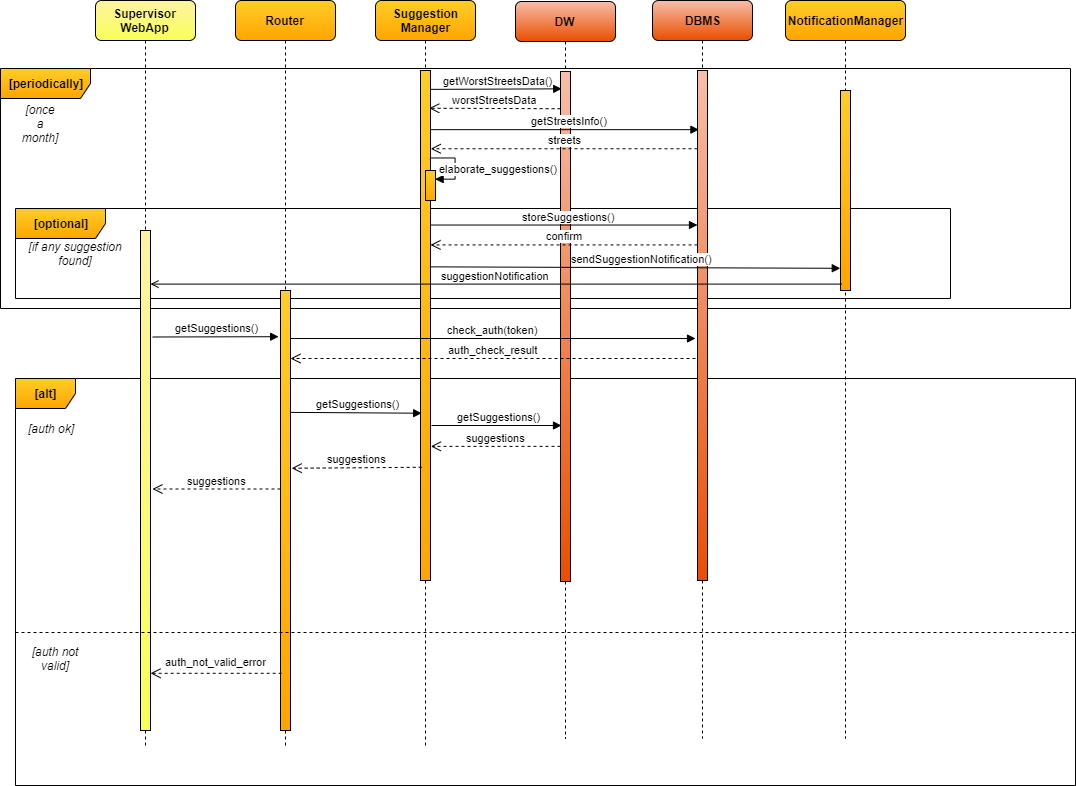
The draw.io diagram DD/img/ArchSequenceSuggestions.png in SimoneSartoni/SoftwareEngineering2, before a commit. Source tidied: cells renumbered, new cells last; positions are measured from the earlier drawing's top-left corner, leaving out a move shared by most shapes. Source of this version:
```xml
<mxGraphModel>
  <root>
    <mxCell id="0" />
    <mxCell id="1" parent="0" />
    <mxCell id="2" value="&lt;b&gt;[periodically]&lt;/b&gt;" style="shape=umlFrame;whiteSpace=wrap;html=1;gradientColor=#ffa500;fillColor=#ffcd28;strokeColor=#000000;width=90;height=30;" parent="1" vertex="1">
      <mxGeometry y="68" width="1070" height="240" as="geometry" />
    </mxCell>
    <mxCell id="3" value="&lt;b&gt;[optional]&lt;/b&gt;" style="shape=umlFrame;whiteSpace=wrap;html=1;gradientColor=#ffa500;fillColor=#ffcd28;strokeColor=#000000;width=90;height=30;" parent="1" vertex="1">
      <mxGeometry x="15" y="208" width="935" height="90" as="geometry" />
    </mxCell>
    <mxCell id="4" value="[alt]" style="shape=umlFrame;whiteSpace=wrap;html=1;gradientColor=#ffa500;fillColor=#ffcd28;strokeColor=#000000;fontStyle=1;" parent="1" vertex="1">
      <mxGeometry x="15" y="378" width="1060" height="407" as="geometry" />
    </mxCell>
    <mxCell id="5" value="Router" style="shape=umlLifeline;perimeter=lifelinePerimeter;whiteSpace=wrap;html=1;gradientColor=#FFA500;fillColor=#FFCD28;fontStyle=1;rounded=1;" parent="1" vertex="1">
      <mxGeometry x="235" width="100" height="748" as="geometry" />
    </mxCell>
    <mxCell id="6" style="html=1;points=[];perimeter=orthogonalPerimeter;gradientColor=#FFA500;fillColor=#FFCD28;" parent="5" vertex="1">
      <mxGeometry x="45" y="290" width="10" height="440" as="geometry" />
    </mxCell>
    <mxCell id="7" value="Suggestion&lt;br&gt;Manager" style="shape=umlLifeline;perimeter=lifelinePerimeter;whiteSpace=wrap;html=1;gradientColor=#FFA500;fillColor=#FFCD28;fontStyle=1;rounded=1;" parent="1" vertex="1">
      <mxGeometry x="375" width="100" height="748" as="geometry" />
    </mxCell>
    <mxCell id="8" style="html=1;points=[];perimeter=orthogonalPerimeter;gradientColor=#FFA500;fillColor=#FFCD28;" parent="7" vertex="1">
      <mxGeometry x="45" y="70" width="10" height="510" as="geometry" />
    </mxCell>
    <mxCell id="9" style="html=1;perimeter=orthogonalPerimeter;gradientColor=#FFA500;fillColor=#FFCD28;" parent="7" vertex="1">
      <mxGeometry x="50" y="170" width="10" height="30" as="geometry" />
    </mxCell>
    <mxCell id="10" value="elaborate_suggestions()" style="edgeStyle=orthogonalEdgeStyle;html=1;align=left;spacingLeft=2;endArrow=block;rounded=0;exitX=0.962;exitY=0.095;exitDx=0;exitDy=0;exitPerimeter=0;" parent="7" edge="1">
      <mxGeometry x="0.07" y="-20" relative="1" as="geometry">
        <mxPoint x="55.1" y="158.1" as="sourcePoint" />
        <mxPoint x="60" y="178.1" as="targetPoint" />
        <Array as="points">
          <mxPoint x="80" y="158" />
          <mxPoint x="80" y="178" />
        </Array>
      </mxGeometry>
    </mxCell>
    <mxCell id="11" value="[once a month]" style="text;html=1;strokeColor=none;fillColor=none;align=center;verticalAlign=middle;whiteSpace=wrap;rounded=0;fontStyle=2;" parent="1" vertex="1">
      <mxGeometry x="20" y="113" width="40" height="20" as="geometry" />
    </mxCell>
    <mxCell id="12" value="Supervisor&lt;br&gt;WebApp" style="shape=umlLifeline;perimeter=lifelinePerimeter;whiteSpace=wrap;html=1;gradientColor=#F9FF57;fillColor=#FFF3A3;fontStyle=1;rounded=1;" parent="1" vertex="1">
      <mxGeometry x="95" width="100" height="748" as="geometry" />
    </mxCell>
    <mxCell id="13" style="html=1;points=[];perimeter=orthogonalPerimeter;gradientColor=#F9FF57;fillColor=#FFF3A3;" parent="12" vertex="1">
      <mxGeometry x="45" y="230" width="10" height="500" as="geometry" />
    </mxCell>
    <mxCell id="14" value="DW" style="shape=umlLifeline;perimeter=lifelinePerimeter;whiteSpace=wrap;html=1;fillColor=#F8BEA9;gradientColor=#EA4E00;fontStyle=1;rounded=1;" parent="1" vertex="1">
      <mxGeometry x="515" y="1" width="100" height="737" as="geometry" />
    </mxCell>
    <mxCell id="15" style="html=1;points=[];perimeter=orthogonalPerimeter;fillColor=#F8BEA9;gradientColor=#EA4E00;" parent="14" vertex="1">
      <mxGeometry x="45" y="70" width="10" height="510" as="geometry" />
    </mxCell>
    <mxCell id="16" value="NotificationManager" style="shape=umlLifeline;perimeter=lifelinePerimeter;whiteSpace=wrap;html=1;gradientColor=#FFA500;fillColor=#FFCD28;fontStyle=1;shadow=0;rounded=1;" parent="1" vertex="1">
      <mxGeometry x="785" width="120" height="738" as="geometry" />
    </mxCell>
    <mxCell id="17" style="html=1;points=[];perimeter=orthogonalPerimeter;gradientColor=#FFA500;fillColor=#FFCD28;" parent="16" vertex="1">
      <mxGeometry x="55" y="90" width="10" height="200" as="geometry" />
    </mxCell>
    <mxCell id="18" value="[auth ok]" style="text;html=1;strokeColor=none;fillColor=none;align=center;verticalAlign=middle;whiteSpace=wrap;rounded=0;fontStyle=2;" parent="1" vertex="1">
      <mxGeometry x="25" y="418" width="50" height="20" as="geometry" />
    </mxCell>
    <mxCell id="19" value="auth_not_valid_error" style="html=1;verticalAlign=bottom;endArrow=open;dashed=1;endSize=8;rounded=0;spacingTop=0;spacingBottom=3;exitX=0.117;exitY=0.87;exitDx=0;exitDy=0;exitPerimeter=0;" parent="1" edge="1" source="6" target="13">
      <mxGeometry relative="1" as="geometry" />
    </mxCell>
    <mxCell id="20" style="line;strokeWidth=1;fillColor=none;align=left;verticalAlign=middle;spacingTop=-1;spacingLeft=3;spacingRight=3;labelPosition=right;dashed=1;" parent="1" vertex="1">
      <mxGeometry x="15" y="628" width="1060" height="8" as="geometry" />
    </mxCell>
    <mxCell id="21" value="[auth not valid]" style="text;html=1;strokeColor=none;fillColor=none;align=center;verticalAlign=middle;whiteSpace=wrap;rounded=0;fontStyle=2;" parent="1" vertex="1">
      <mxGeometry x="15" y="648" width="80" height="20" as="geometry" />
    </mxCell>
    <mxCell id="22" value="DBMS" style="shape=umlLifeline;perimeter=lifelinePerimeter;whiteSpace=wrap;html=1;fillColor=#F8BEA9;gradientColor=#EA4E00;fontStyle=1;rounded=1;" parent="1" vertex="1">
      <mxGeometry x="652" width="100" height="738" as="geometry" />
    </mxCell>
    <mxCell id="23" style="html=1;points=[];perimeter=orthogonalPerimeter;fillColor=#F8BEA9;gradientColor=#EA4E00;" parent="22" vertex="1">
      <mxGeometry x="45" y="70" width="10" height="510" as="geometry" />
    </mxCell>
    <mxCell id="24" value="getWorstStreetsData()" style="html=1;verticalAlign=bottom;endArrow=block;endFill=1;strokeColor=#000000;endSize=6;jumpSize=6;entryX=0.12;entryY=0.034;entryDx=0;entryDy=0;entryPerimeter=0;exitX=0.96;exitY=0.037;exitDx=0;exitDy=0;exitPerimeter=0;" parent="1" edge="1" source="8" target="15">
      <mxGeometry x="0.03" relative="1" as="geometry" />
    </mxCell>
    <mxCell id="25" value="worstStreetsData" style="html=1;verticalAlign=bottom;endArrow=open;dashed=1;endSize=8;entryX=0.872;entryY=0.074;entryDx=0;entryDy=0;entryPerimeter=0;exitX=0.011;exitY=0.073;exitDx=0;exitDy=0;exitPerimeter=0;" parent="1" edge="1" source="15" target="8">
      <mxGeometry relative="1" as="geometry" />
    </mxCell>
    <mxCell id="26" value="getStreetsInfo()" style="html=1;verticalAlign=bottom;endArrow=block;endFill=1;strokeColor=#000000;endSize=6;jumpSize=6;entryX=0.141;entryY=0.116;entryDx=0;entryDy=0;entryPerimeter=0;" parent="1" edge="1" source="8" target="23">
      <mxGeometry x="0.03" relative="1" as="geometry" />
    </mxCell>
    <mxCell id="27" value="streets" style="html=1;verticalAlign=bottom;endArrow=open;dashed=1;endSize=8;entryX=0.872;entryY=0.074;entryDx=0;entryDy=0;entryPerimeter=0;" parent="1" edge="1" source="23">
      <mxGeometry relative="1" as="geometry">
        <mxPoint x="430.2" y="148.2" as="targetPoint" />
      </mxGeometry>
    </mxCell>
    <mxCell id="28" value="[if any suggestion found]" style="text;html=1;strokeColor=none;fillColor=none;align=center;verticalAlign=middle;whiteSpace=wrap;rounded=0;fontStyle=2;" parent="1" vertex="1">
      <mxGeometry x="25" y="243" width="100" height="20" as="geometry" />
    </mxCell>
    <mxCell id="29" value="sendSuggestionNotification()" style="html=1;verticalAlign=bottom;endArrow=block;endFill=1;strokeColor=#000000;endSize=6;jumpSize=6;exitX=0.945;exitY=0.385;exitDx=0;exitDy=0;exitPerimeter=0;entryX=-0.021;entryY=0.889;entryDx=0;entryDy=0;entryPerimeter=0;" parent="1" edge="1" source="8" target="17">
      <mxGeometry x="0.03" relative="1" as="geometry" />
    </mxCell>
    <mxCell id="30" value="suggestionNotification" style="html=1;verticalAlign=bottom;endArrow=open;endFill=0;strokeColor=#000000;endSize=6;jumpSize=6;exitX=0.117;exitY=0.968;exitDx=0;exitDy=0;exitPerimeter=0;" parent="1" edge="1" source="17" target="13">
      <mxGeometry relative="1" as="geometry" />
    </mxCell>
    <mxCell id="31" value="getSuggestions()" style="html=1;verticalAlign=bottom;endArrow=block;endFill=1;strokeColor=#000000;endSize=6;jumpSize=6;entryX=-0.188;entryY=0.105;entryDx=0;entryDy=0;entryPerimeter=0;exitX=1.224;exitY=0.213;exitDx=0;exitDy=0;exitPerimeter=0;" parent="1" edge="1" source="13" target="6">
      <mxGeometry x="0.03" relative="1" as="geometry" />
    </mxCell>
    <mxCell id="32" value="auth_check_result" style="html=1;verticalAlign=bottom;endArrow=open;dashed=1;endSize=8;" parent="1" edge="1" target="6">
      <mxGeometry relative="1" as="geometry">
        <mxPoint x="695" y="358" as="sourcePoint" />
      </mxGeometry>
    </mxCell>
    <mxCell id="33" value="check_auth(token)" style="html=1;verticalAlign=bottom;endArrow=block;" parent="1" edge="1" source="6">
      <mxGeometry relative="1" as="geometry">
        <mxPoint x="695" y="338" as="targetPoint" />
      </mxGeometry>
    </mxCell>
    <mxCell id="34" value="getSuggestions()" style="html=1;verticalAlign=bottom;endArrow=block;endFill=1;strokeColor=#000000;endSize=6;jumpSize=6;entryX=0.117;entryY=0.672;entryDx=0;entryDy=0;entryPerimeter=0;exitX=0.95;exitY=0.277;exitDx=0;exitDy=0;exitPerimeter=0;" parent="1" edge="1" source="6" target="8">
      <mxGeometry x="0.03" relative="1" as="geometry" />
    </mxCell>
    <mxCell id="35" value="storeSuggestions()" style="html=1;verticalAlign=bottom;endArrow=block;endFill=1;strokeColor=#000000;endSize=6;jumpSize=6;exitX=1.014;exitY=0.303;exitDx=0;exitDy=0;exitPerimeter=0;" parent="1" edge="1" source="8" target="23">
      <mxGeometry x="0.03" relative="1" as="geometry" />
    </mxCell>
    <mxCell id="36" value="confirm" style="html=1;verticalAlign=bottom;endArrow=open;dashed=1;endSize=8;exitX=0.003;exitY=0.342;exitDx=0;exitDy=0;exitPerimeter=0;" parent="1" edge="1" source="23" target="8">
      <mxGeometry relative="1" as="geometry" />
    </mxCell>
    <mxCell id="37" value="getSuggestions()" style="html=1;verticalAlign=bottom;endArrow=block;endFill=1;strokeColor=#000000;endSize=6;jumpSize=6;" parent="1" edge="1">
      <mxGeometry x="0.03" relative="1" as="geometry">
        <mxPoint x="431" y="425" as="sourcePoint" />
        <mxPoint x="561" y="425" as="targetPoint" />
      </mxGeometry>
    </mxCell>
    <mxCell id="38" value="suggestions" style="html=1;verticalAlign=bottom;endArrow=open;dashed=1;endSize=8;entryX=1.033;entryY=0.737;entryDx=0;entryDy=0;entryPerimeter=0;" parent="1" edge="1" source="15" target="8">
      <mxGeometry relative="1" as="geometry" />
    </mxCell>
    <mxCell id="39" value="suggestions" style="html=1;verticalAlign=bottom;endArrow=open;dashed=1;endSize=8;entryX=1.117;entryY=0.404;entryDx=0;entryDy=0;entryPerimeter=0;exitX=0.117;exitY=0.778;exitDx=0;exitDy=0;exitPerimeter=0;" parent="1" edge="1" source="8" target="6">
      <mxGeometry relative="1" as="geometry" />
    </mxCell>
    <mxCell id="40" value="suggestions" style="html=1;verticalAlign=bottom;endArrow=open;dashed=1;endSize=8;entryX=1.2;entryY=0.517;entryDx=0;entryDy=0;entryPerimeter=0;" parent="1" edge="1" source="6" target="13">
      <mxGeometry relative="1" as="geometry" />
    </mxCell>
  </root>
</mxGraphModel>
```
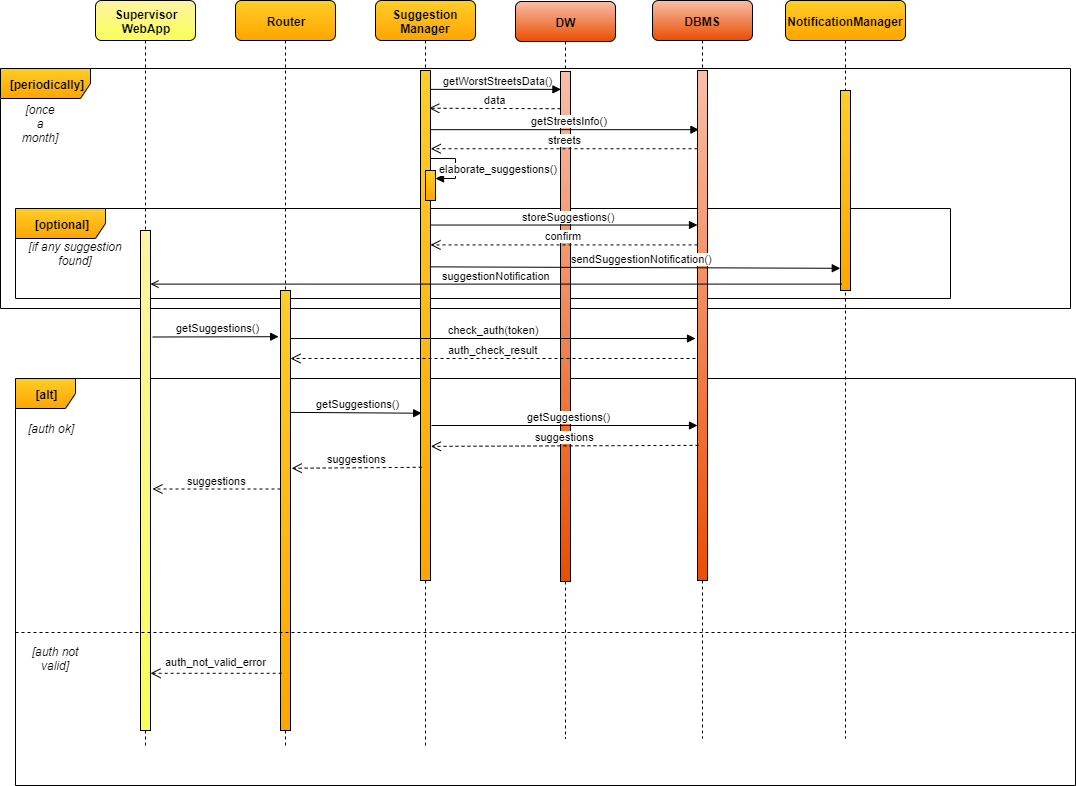
After the change.

What changed in the source:
```diff
@@ -75,10 +75,10 @@
     <mxCell id="23" style="html=1;points=[];perimeter=orthogonalPerimeter;fillColor=#F8BEA9;gradientColor=#EA4E00;" parent="22" vertex="1">
       <mxGeometry x="45" y="70" width="10" height="510" as="geometry" />
     </mxCell>
-    <mxCell id="24" value="getWorstStreetsData()" style="html=1;verticalAlign=bottom;endArrow=block;endFill=1;strokeColor=#000000;endSize=6;jumpSize=6;entryX=0.12;entryY=0.034;entryDx=0;entryDy=0;entryPerimeter=0;exitX=0.96;exitY=0.037;exitDx=0;exitDy=0;exitPerimeter=0;" parent="1" edge="1" source="8" target="15">
+    <mxCell id="24" value="getWorstStreetsData()" style="html=1;verticalAlign=bottom;endArrow=block;endFill=1;strokeColor=#000000;endSize=6;jumpSize=6;exitX=0.96;exitY=0.037;exitDx=0;exitDy=0;exitPerimeter=0;entryX=0.043;entryY=0.035;entryDx=0;entryDy=0;entryPerimeter=0;" parent="1" edge="1" source="8" target="15">
       <mxGeometry x="0.03" relative="1" as="geometry" />
     </mxCell>
-    <mxCell id="25" value="worstStreetsData" style="html=1;verticalAlign=bottom;endArrow=open;dashed=1;endSize=8;entryX=0.872;entryY=0.074;entryDx=0;entryDy=0;entryPerimeter=0;exitX=0.011;exitY=0.073;exitDx=0;exitDy=0;exitPerimeter=0;" parent="1" edge="1" source="15" target="8">
+    <mxCell id="25" value="data" style="html=1;verticalAlign=bottom;endArrow=open;dashed=1;endSize=8;entryX=0.872;entryY=0.074;entryDx=0;entryDy=0;entryPerimeter=0;exitX=0.011;exitY=0.073;exitDx=0;exitDy=0;exitPerimeter=0;" parent="1" edge="1" source="15" target="8">
       <mxGeometry relative="1" as="geometry" />
     </mxCell>
     <mxCell id="26" value="getStreetsInfo()" style="html=1;verticalAlign=bottom;endArrow=block;endFill=1;strokeColor=#000000;endSize=6;jumpSize=6;entryX=0.141;entryY=0.116;entryDx=0;entryDy=0;entryPerimeter=0;" parent="1" edge="1" source="8" target="23">
@@ -120,13 +120,12 @@
     <mxCell id="36" value="confirm" style="html=1;verticalAlign=bottom;endArrow=open;dashed=1;endSize=8;exitX=0.003;exitY=0.342;exitDx=0;exitDy=0;exitPerimeter=0;" parent="1" edge="1" source="23" target="8">
       <mxGeometry relative="1" as="geometry" />
     </mxCell>
-    <mxCell id="37" value="getSuggestions()" style="html=1;verticalAlign=bottom;endArrow=block;endFill=1;strokeColor=#000000;endSize=6;jumpSize=6;" parent="1" edge="1">
+    <mxCell id="37" value="getSuggestions()" style="html=1;verticalAlign=bottom;endArrow=block;endFill=1;strokeColor=#000000;endSize=6;jumpSize=6;" parent="1" edge="1" target="23">
       <mxGeometry x="0.03" relative="1" as="geometry">
         <mxPoint x="431" y="425" as="sourcePoint" />
-        <mxPoint x="561" y="425" as="targetPoint" />
       </mxGeometry>
     </mxCell>
-    <mxCell id="38" value="suggestions" style="html=1;verticalAlign=bottom;endArrow=open;dashed=1;endSize=8;entryX=1.033;entryY=0.737;entryDx=0;entryDy=0;entryPerimeter=0;" parent="1" edge="1" source="15" target="8">
+    <mxCell id="38" value="suggestions" style="html=1;verticalAlign=bottom;endArrow=open;dashed=1;endSize=8;entryX=1.033;entryY=0.737;entryDx=0;entryDy=0;entryPerimeter=0;exitX=0.1;exitY=0.735;exitDx=0;exitDy=0;exitPerimeter=0;" parent="1" edge="1" source="23" target="8">
       <mxGeometry relative="1" as="geometry" />
     </mxCell>
     <mxCell id="39" value="suggestions" style="html=1;verticalAlign=bottom;endArrow=open;dashed=1;endSize=8;entryX=1.117;entryY=0.404;entryDx=0;entryDy=0;entryPerimeter=0;exitX=0.117;exitY=0.778;exitDx=0;exitDy=0;exitPerimeter=0;" parent="1" edge="1" source="8" target="6">
```
